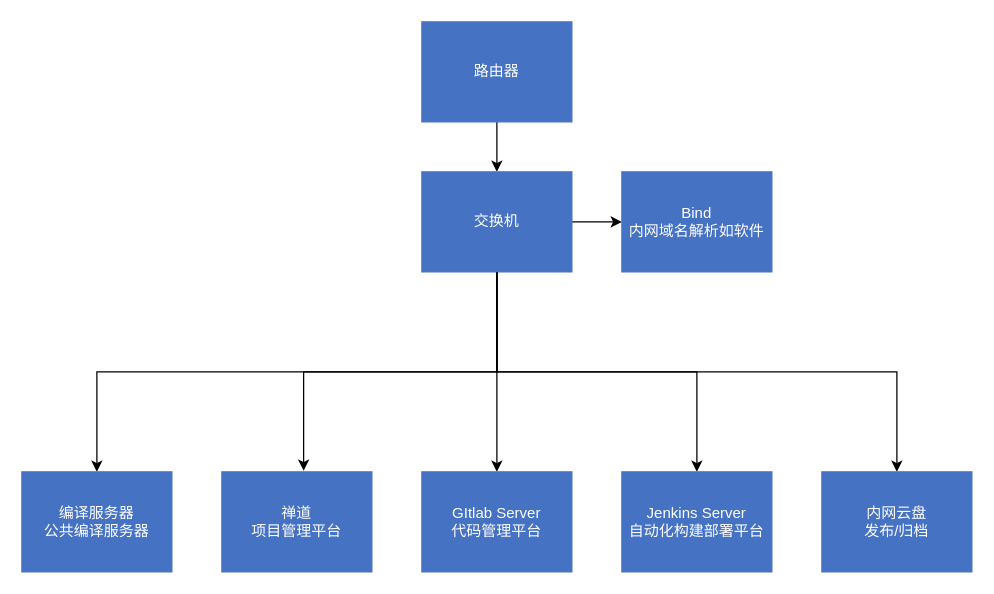
This is 内网架构.drawio from hyyoxhk/hyyoxhk, a draw.io file, before an edit. Source tidied: cells renumbered, new cells numbered last; positions are measured from the earlier drawing's top-left corner, leaving out a move shared by most shapes. Both pictures are drawn from the tidied source at 125%, with x=0, y=0 at pixel (21, 21).
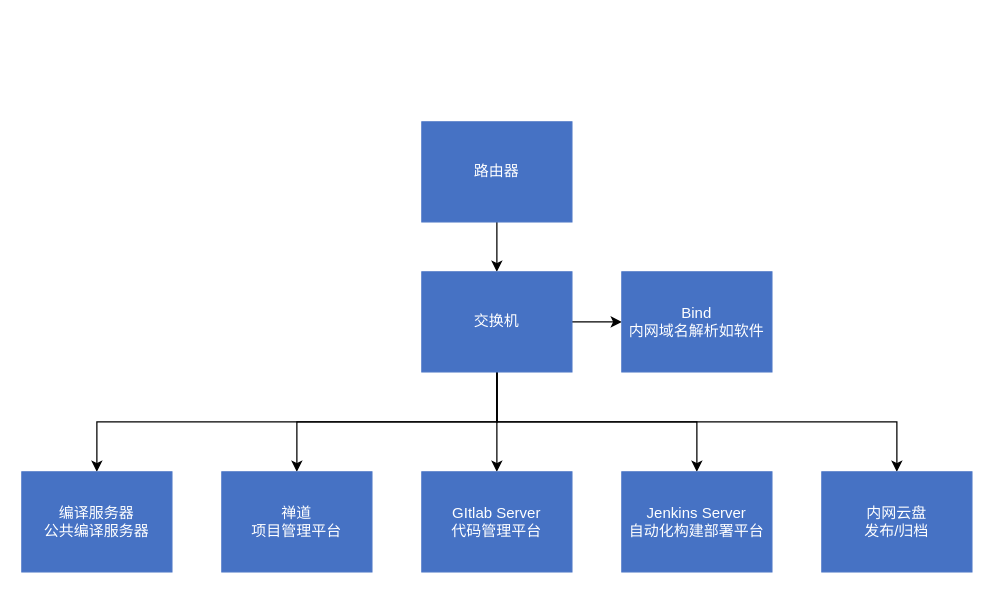
After the change.

Commit message (it also covers changes not shown here):
更新内网架构.drawio

Change to the diagram source:
```diff
@@
 <mxGraphModel>
   <root>
     <mxCell id="0" />
     <mxCell id="1" parent="0" />
     <mxCell id="2" style="edgeStyle=none;rounded=0;jettySize=auto;html=1;" parent="1" edge="1" source="3" target="9">
       <mxGeometry relative="1" as="geometry" />
     </mxCell>
     <mxCell id="3" value="路由器" style="rounded=0;whiteSpace=wrap;html=1;fillColor=light-dark(#4672c4, #198cc4);fontColor=#ffffff;strokeColor=light-dark(#4672c4, #51afe7);" parent="1" vertex="1">
-      <mxGeometry x="320" width="120" height="80" as="geometry" />
+      <mxGeometry x="320" y="80" width="120" height="80" as="geometry" />
     </mxCell>
     <mxCell id="4" style="edgeStyle=none;rounded=0;jettySize=auto;html=1;entryX=0.5;entryY=0;entryDx=0;entryDy=0;" parent="1" edge="1" source="9" target="11">
       <mxGeometry relative="1" as="geometry" />
     </mxCell>
     <mxCell id="5" style="edgeStyle=none;rounded=0;jettySize=auto;html=1;exitX=1;exitY=0.5;exitDx=0;exitDy=0;entryX=0;entryY=0.5;entryDx=0;entryDy=0;" parent="1" edge="1" source="9" target="12">
       <mxGeometry relative="1" as="geometry" />
     </mxCell>
     <mxCell id="6" style="edgeStyle=elbowEdgeStyle;rounded=0;jettySize=auto;elbow=vertical;html=1;" parent="1" edge="1" source="9" target="15">
       <mxGeometry relative="1" as="geometry" />
     </mxCell>
     <mxCell id="7" style="edgeStyle=elbowEdgeStyle;rounded=0;jettySize=auto;elbow=vertical;html=1;" parent="1" edge="1" source="9" target="13">
       <mxGeometry relative="1" as="geometry" />
     </mxCell>
     <mxCell id="8" style="edgeStyle=elbowEdgeStyle;rounded=0;jettySize=auto;elbow=vertical;html=1;" parent="1" edge="1" source="9" target="14">
       <mxGeometry relative="1" as="geometry" />
     </mxCell>
+    <mxCell id="16" style="edgeStyle=elbowEdgeStyle;rounded=0;jettySize=auto;elbow=vertical;html=1;" parent="1" edge="1" source="9" target="10">
+      <mxGeometry relative="1" as="geometry" />
+    </mxCell>
     <mxCell id="9" value="交换机" style="rounded=0;whiteSpace=wrap;html=1;fillColor=light-dark(#4672c4, #198cc4);fontColor=#ffffff;strokeColor=light-dark(#4672c4, #51afe7);" parent="1" vertex="1">
-      <mxGeometry x="320" y="120" width="120" height="80" as="geometry" />
+      <mxGeometry x="320" y="200" width="120" height="80" as="geometry" />
     </mxCell>
     <mxCell id="10" value="禅道&lt;br&gt;项目管理平台" style="rounded=0;whiteSpace=wrap;html=1;fillColor=light-dark(#4672c4, #198cc4);fontColor=#ffffff;strokeColor=light-dark(#4672c4, #51afe7);" parent="1" vertex="1">
       <mxGeometry x="160" y="360" width="120" height="80" as="geometry" />
     </mxCell>
     <mxCell id="11" value="GItlab Server&lt;div&gt;代码管理平台&lt;/div&gt;" style="rounded=0;whiteSpace=wrap;html=1;fillColor=light-dark(#4672c4, #198cc4);fontColor=#ffffff;strokeColor=light-dark(#4672c4, #51afe7);" parent="1" vertex="1">
       <mxGeometry x="320" y="360" width="120" height="80" as="geometry" />
     </mxCell>
     <mxCell id="12" value="Bind&lt;div&gt;内网域名解析如软件&lt;/div&gt;" style="rounded=0;whiteSpace=wrap;html=1;fillColor=light-dark(#4672c4, #198cc4);fontColor=#ffffff;strokeColor=light-dark(#4672c4, #51afe7);" parent="1" vertex="1">
-      <mxGeometry x="480" y="120" width="120" height="80" as="geometry" />
+      <mxGeometry x="480" y="200" width="120" height="80" as="geometry" />
     </mxCell>
     <mxCell id="13" value="&lt;div&gt;Jenkins Server&lt;/div&gt;自动化构建部署平台" style="rounded=0;whiteSpace=wrap;html=1;fillColor=light-dark(#4672c4, #198cc4);fontColor=#ffffff;strokeColor=light-dark(#4672c4, #51afe7);" parent="1" vertex="1">
       <mxGeometry x="480" y="360" width="120" height="80" as="geometry" />
     </mxCell>
     <mxCell id="14" value="内网云盘&lt;div&gt;发布/归档&lt;/div&gt;" style="rounded=0;whiteSpace=wrap;html=1;fillColor=light-dark(#4672c4, #198cc4);fontColor=#ffffff;strokeColor=light-dark(#4672c4, #51afe7);" parent="1" vertex="1">
       <mxGeometry x="640" y="360" width="120" height="80" as="geometry" />
     </mxCell>
     <mxCell id="15" value="编译服务器&lt;br&gt;公共编译服务器" style="rounded=0;whiteSpace=wrap;html=1;fillColor=light-dark(#4672c4, #198cc4);fontColor=#ffffff;strokeColor=light-dark(#4672c4, #51afe7);" parent="1" vertex="1">
       <mxGeometry y="360" width="120" height="80" as="geometry" />
     </mxCell>
-    <mxCell id="16" style="edgeStyle=elbowEdgeStyle;rounded=0;jettySize=auto;elbow=vertical;html=1;entryX=0.545;entryY=-0.012;entryDx=0;entryDy=0;entryPerimeter=0;" parent="1" edge="1" source="9" target="10">
-      <mxGeometry relative="1" as="geometry" />
-    </mxCell>
   </root>
 </mxGraphModel>
```
